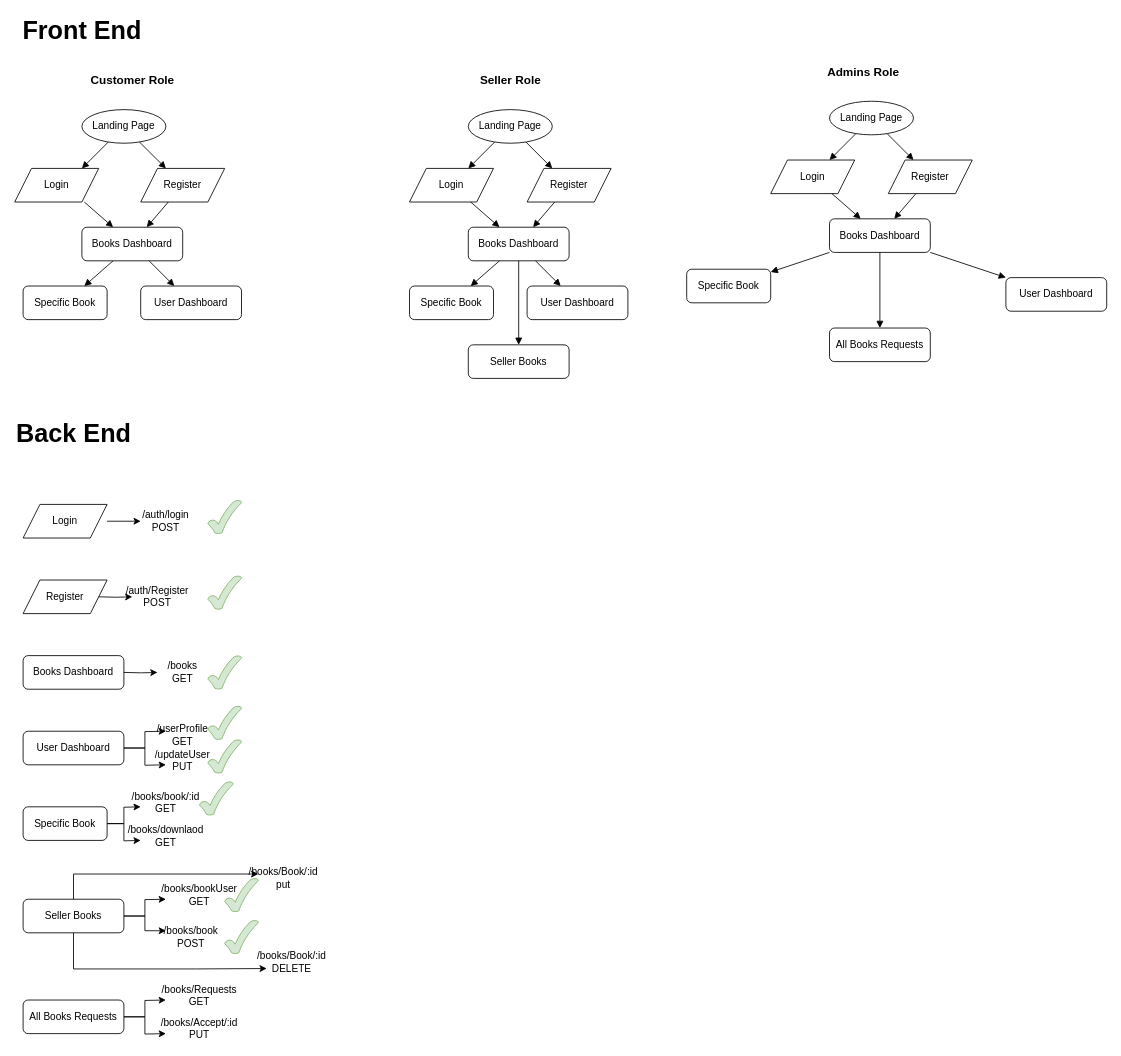
OmarAboelnaga121/Books-Mangment-Api keeps this draw.io diagram as bookMangmentDiagram.drawio. Above is the earlier version. Source tidied: cells renumbered, new cells numbered last; positions are measured from the earlier drawing's top-left corner, leaving out a move shared by most shapes. Both pictures are drawn from the tidied source at 84%, with x=0, y=0 at pixel (14, 17).
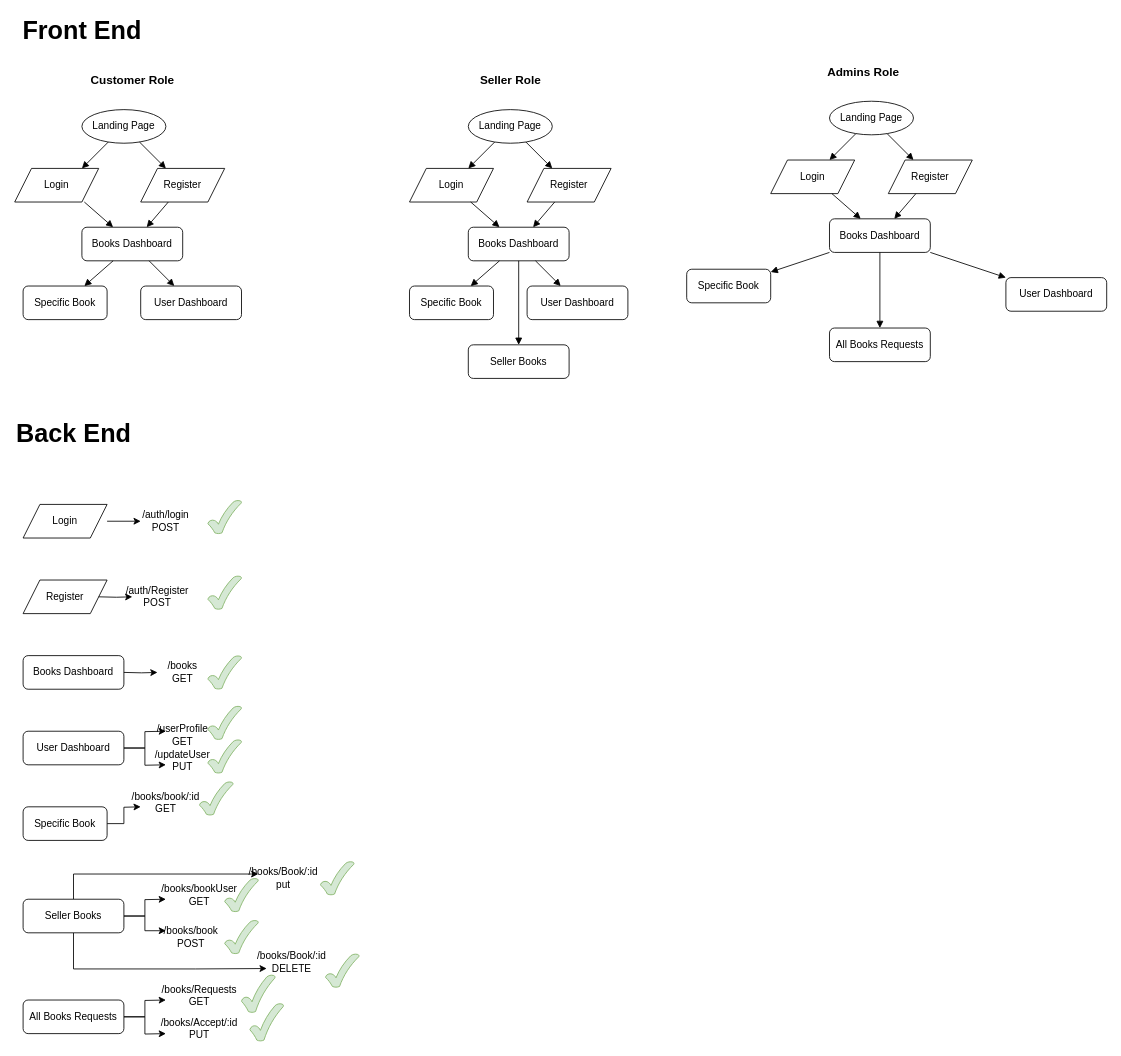
The same diagram, later.

The change refers to these unchanged cells:
```xml
<mxCell id="56" value="Specific Book" style="rounded=1;whiteSpace=wrap;html=1;" parent="1" vertex="1">
  <mxGeometry x="10" y="940" width="100" height="40" as="geometry" />
</mxCell>
```

Diff of the diagram source:
```diff
@@
-    <mxCell id="55" style="edgeStyle=orthogonalEdgeStyle;rounded=0;jettySize=auto;html=1;" parent="1" edge="1" source="56">
-      <mxGeometry relative="1" as="geometry">
-        <mxPoint x="150" y="980" as="targetPoint" />
-      </mxGeometry>
-    </mxCell>
@@
-    <mxCell id="72" value="/books/downlaod&lt;div&gt;GET&lt;/div&gt;" style="text;html=1;align=center;verticalAlign=middle;whiteSpace=wrap;rounded=0;" parent="1" vertex="1">
-      <mxGeometry x="150" y="960" width="60" height="30" as="geometry" />
-    </mxCell>
@@
+    <mxCell id="88" style="verticalLabelPosition=bottom;verticalAlign=top;html=1;shape=mxgraph.basic.tick;fillColor=#d5e8d4;strokeColor=#82b366;" parent="1" vertex="1">
+      <mxGeometry x="364" y="1005" width="40" height="40" as="geometry" />
+    </mxCell>
+    <mxCell id="89" style="verticalLabelPosition=bottom;verticalAlign=top;html=1;shape=mxgraph.basic.tick;fillColor=#d5e8d4;strokeColor=#82b366;" parent="1" vertex="1">
+      <mxGeometry x="370" y="1115" width="40" height="40" as="geometry" />
+    </mxCell>
+    <mxCell id="90" style="verticalLabelPosition=bottom;verticalAlign=top;html=1;shape=mxgraph.basic.tick;fillColor=#d5e8d4;strokeColor=#82b366;" parent="1" vertex="1">
+      <mxGeometry x="270" y="1140" width="40" height="45" as="geometry" />
+    </mxCell>
+    <mxCell id="91" style="verticalLabelPosition=bottom;verticalAlign=top;html=1;shape=mxgraph.basic.tick;fillColor=#d5e8d4;strokeColor=#82b366;" parent="1" vertex="1">
+      <mxGeometry x="280" y="1174" width="40" height="45" as="geometry" />
+    </mxCell>
```
